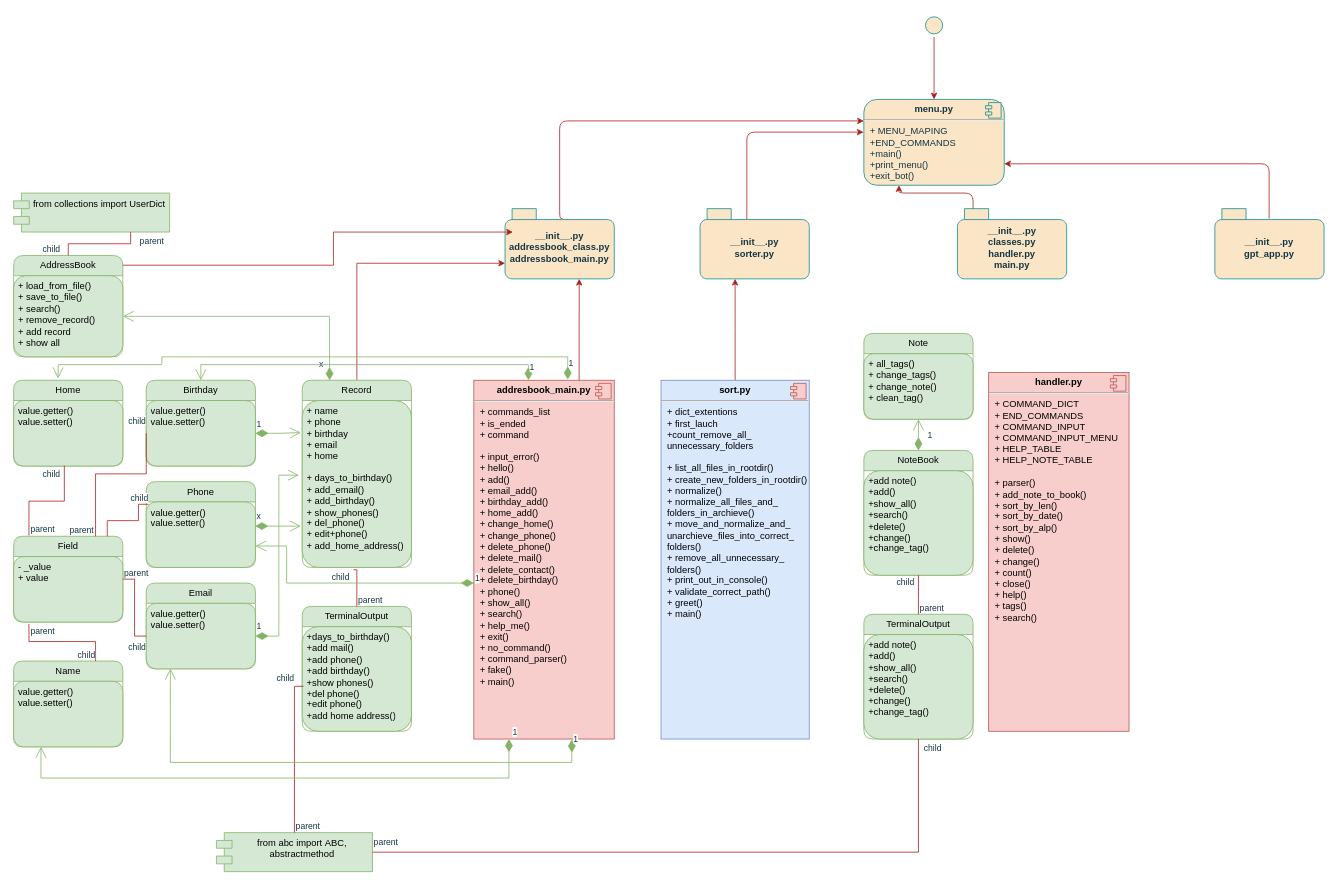
FoDwVn11110100001001000000/Team_project_1 keeps this draw.io diagram as Диаграмма без названия.drawio. Above is the earlier version. Source tidied: cells renumbered, new cells numbered last; positions are measured from the earlier drawing's top-left corner, leaving out a move shared by most shapes. Both pictures are drawn from the tidied source at 78%, with x=0, y=0 at pixel (13, 13).
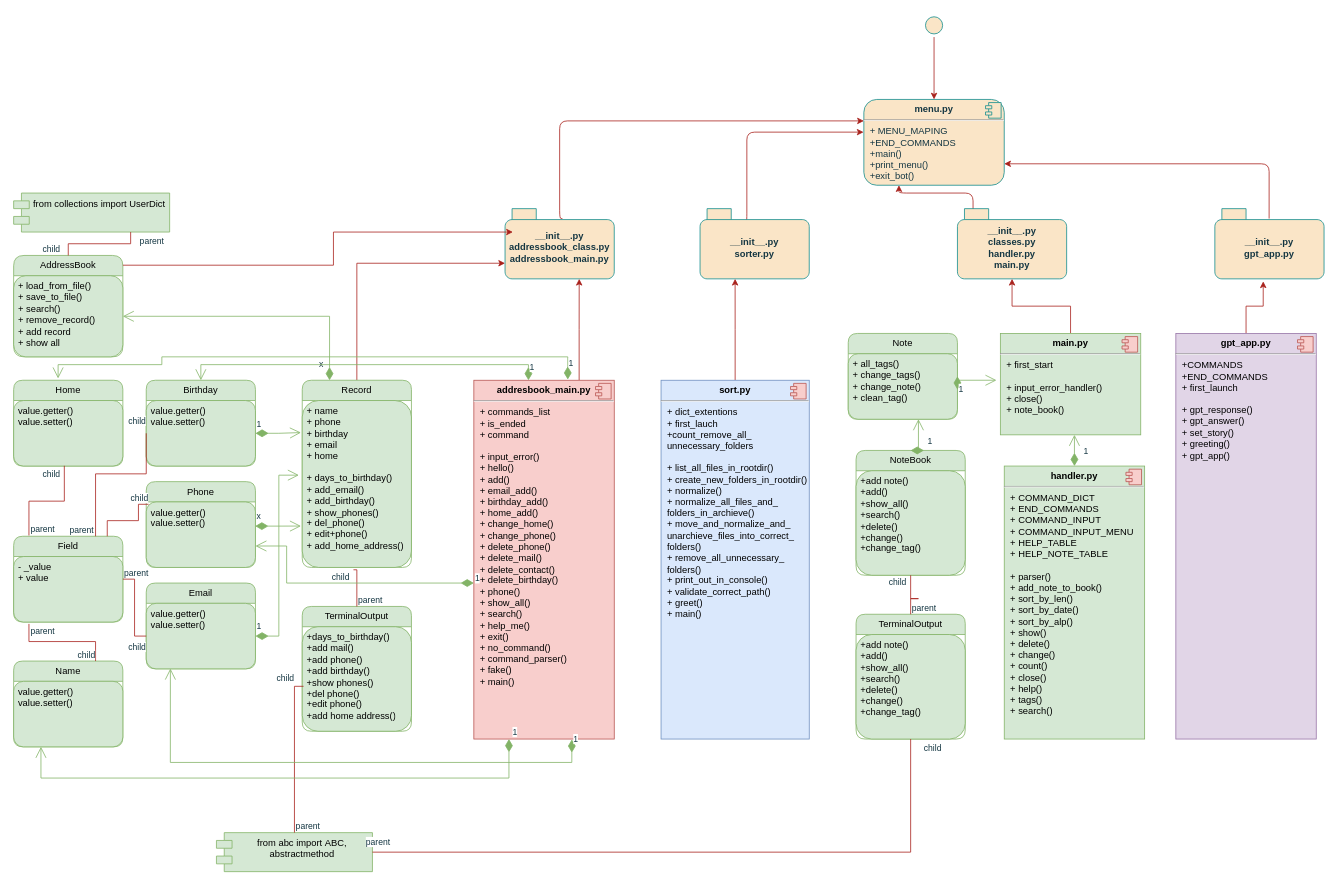
After the change.

The change refers to these unchanged cells:
```xml
<mxCell id="7" value="__init__.py&lt;br&gt;gpt_app.py" style="shape=folder;fontStyle=1;spacingTop=10;tabWidth=40;tabHeight=14;tabPosition=left;html=1;whiteSpace=wrap;fillColor=#FAE5C7;strokeColor=#0F8B8D;rounded=1;labelBackgroundColor=none;fontColor=#143642;" parent="1" vertex="1">
  <mxGeometry x="1540" y="250" width="140" height="90" as="geometry" />
</mxCell>
<mxCell id="11" value="__init__.py&lt;br&gt;classes.py&lt;br&gt;handler.py&lt;br&gt;main.py" style="shape=folder;fontStyle=1;spacingTop=10;tabWidth=40;tabHeight=14;tabPosition=left;html=1;whiteSpace=wrap;fillColor=#FAE5C7;strokeColor=#0F8B8D;rounded=1;labelBackgroundColor=none;fontColor=#143642;" parent="1" vertex="1">
  <mxGeometry x="1210" y="250" width="140" height="90" as="geometry" />
</mxCell>
<mxCell id="75" value="+ all_tags()&lt;br&gt;+ change_tags()&lt;br&gt;+ change_note()&lt;br&gt;+ clean_tag()" style="text;strokeColor=#82b366;fillColor=#d5e8d4;align=left;verticalAlign=top;spacingLeft=4;spacingRight=4;overflow=hidden;points=[[0,0.5],[1,0.5]];portConstraint=eastwest;whiteSpace=wrap;html=1;rounded=1;labelBackgroundColor=none;" parent="74" vertex="1">
  <mxGeometry y="26" width="140" height="84" as="geometry" />
</mxCell>
```

What changed in the source:
```diff
@@
     <mxCell id="74" value="Note" style="swimlane;fontStyle=0;horizontal=1;startSize=26;fillColor=#d5e8d4;whiteSpace=wrap;html=1;rounded=1;labelBackgroundColor=none;strokeColor=#82b366;" parent="1" vertex="1">
-      <mxGeometry x="1090" y="410" width="140" height="110" as="geometry" />
+      <mxGeometry x="1070" y="410" width="140" height="110" as="geometry" />
     </mxCell>
@@
     <mxCell id="76" value="TerminalOutput" style="swimlane;fontStyle=0;horizontal=1;startSize=26;fillColor=#d5e8d4;whiteSpace=wrap;html=1;rounded=1;labelBackgroundColor=none;strokeColor=#82b366;" parent="1" vertex="1">
-      <mxGeometry x="1090" y="770" width="140" height="160" as="geometry" />
+      <mxGeometry x="1080" y="770" width="140" height="160" as="geometry" />
     </mxCell>
@@
     <mxCell id="78" value="NoteBook" style="swimlane;fontStyle=0;horizontal=1;startSize=26;fillColor=#d5e8d4;whiteSpace=wrap;html=1;rounded=1;labelBackgroundColor=none;strokeColor=#82b366;" parent="1" vertex="1">
-      <mxGeometry x="1090" y="560" width="140" height="160" as="geometry" />
+      <mxGeometry x="1080" y="560" width="140" height="160" as="geometry" />
     </mxCell>
@@
-    <mxCell id="86" value="1" style="endArrow=open;html=1;endSize=12;startArrow=diamondThin;startSize=14;startFill=1;edgeStyle=orthogonalEdgeStyle;align=left;verticalAlign=bottom;rounded=0;strokeColor=#82b366;fontColor=#143642;fillColor=#d5e8d4;entryX=0.5;entryY=1;entryDx=0;entryDy=0;exitX=0.5;exitY=0;exitDx=0;exitDy=0;entryPerimeter=0;" parent="1" edge="1" source="78" target="75">
+    <mxCell id="86" value="1" style="endArrow=open;html=1;endSize=12;startArrow=diamondThin;startSize=14;startFill=1;edgeStyle=orthogonalEdgeStyle;align=left;verticalAlign=bottom;rounded=0;strokeColor=#82b366;fontColor=#143642;fillColor=#d5e8d4;exitX=0.5;exitY=0;exitDx=0;exitDy=0;" parent="1" edge="1" source="78">
       <mxGeometry x="-0.5" y="-10" relative="1" as="geometry">
+        <mxPoint x="1160" y="520" as="targetPoint" />
         <Array as="points">
           <mxPoint x="1160" y="530" />
           <mxPoint x="1160" y="530" />
         </Array>
       </mxGeometry>
     </mxCell>
-    <mxCell id="87" value="&lt;p style=&quot;margin:0px;margin-top:6px;text-align:center;&quot;&gt;&lt;b&gt;handler.py&lt;/b&gt;&lt;/p&gt;&lt;hr&gt;&lt;p style=&quot;margin:0px;margin-left:8px;&quot;&gt;+ COMMAND_DICT&lt;/p&gt;&lt;p style=&quot;margin:0px;margin-left:8px;&quot;&gt;+ END_COMMANDS&lt;/p&gt;&lt;p style=&quot;margin:0px;margin-left:8px;&quot;&gt;+&amp;nbsp;COMMAND_INPUT&lt;/p&gt;&lt;p style=&quot;margin:0px;margin-left:8px;&quot;&gt;+&amp;nbsp;COMMAND_INPUT_MENU&lt;/p&gt;&lt;p style=&quot;margin:0px;margin-left:8px;&quot;&gt;+&amp;nbsp;HELP_TABLE&lt;/p&gt;&lt;p style=&quot;margin:0px;margin-left:8px;&quot;&gt;+&amp;nbsp;HELP_NOTE_TABLE&lt;/p&gt;&lt;p style=&quot;margin:0px;margin-left:8px;&quot;&gt;&lt;br&gt;&lt;/p&gt;&lt;p style=&quot;margin:0px;margin-left:8px;&quot;&gt;+ parser()&lt;/p&gt;&lt;p style=&quot;margin:0px;margin-left:8px;&quot;&gt;+&amp;nbsp;add_note_to_book()&lt;/p&gt;&lt;p style=&quot;margin:0px;margin-left:8px;&quot;&gt;+&amp;nbsp;sort_by_len()&lt;/p&gt;&lt;p style=&quot;margin:0px;margin-left:8px;&quot;&gt;+ sort_by_date()&lt;/p&gt;&lt;p style=&quot;margin:0px;margin-left:8px;&quot;&gt;+&amp;nbsp;sort_by_alp()&lt;/p&gt;&lt;p style=&quot;margin:0px;margin-left:8px;&quot;&gt;+ show()&lt;/p&gt;&lt;p style=&quot;margin:0px;margin-left:8px;&quot;&gt;+ delete()&lt;/p&gt;&lt;p style=&quot;margin:0px;margin-left:8px;&quot;&gt;+ change()&lt;/p&gt;&lt;p style=&quot;margin:0px;margin-left:8px;&quot;&gt;+ count()&lt;/p&gt;&lt;p style=&quot;margin:0px;margin-left:8px;&quot;&gt;+ close()&lt;/p&gt;&lt;p style=&quot;margin:0px;margin-left:8px;&quot;&gt;+ help()&lt;/p&gt;&lt;p style=&quot;margin:0px;margin-left:8px;&quot;&gt;+ tags()&lt;/p&gt;&lt;p style=&quot;margin:0px;margin-left:8px;&quot;&gt;+ search()&lt;/p&gt;&lt;p style=&quot;margin:0px;margin-left:8px;&quot;&gt;&lt;br&gt;&lt;/p&gt;&lt;p style=&quot;margin:0px;margin-left:8px;&quot;&gt;&lt;br&gt;&lt;/p&gt;" style="align=left;overflow=fill;html=1;whiteSpace=wrap;strokeColor=#b85450;fillColor=#f8cecc;" parent="1" vertex="1">
-      <mxGeometry x="1250" y="460" width="180" height="460" as="geometry" />
+    <mxCell id="87" value="&lt;p style=&quot;margin:0px;margin-top:6px;text-align:center;&quot;&gt;&lt;b&gt;handler.py&lt;/b&gt;&lt;/p&gt;&lt;hr&gt;&lt;p style=&quot;margin:0px;margin-left:8px;&quot;&gt;+ COMMAND_DICT&lt;/p&gt;&lt;p style=&quot;margin:0px;margin-left:8px;&quot;&gt;+ END_COMMANDS&lt;/p&gt;&lt;p style=&quot;margin:0px;margin-left:8px;&quot;&gt;+&amp;nbsp;COMMAND_INPUT&lt;/p&gt;&lt;p style=&quot;margin:0px;margin-left:8px;&quot;&gt;+&amp;nbsp;COMMAND_INPUT_MENU&lt;/p&gt;&lt;p style=&quot;margin:0px;margin-left:8px;&quot;&gt;+&amp;nbsp;HELP_TABLE&lt;/p&gt;&lt;p style=&quot;margin:0px;margin-left:8px;&quot;&gt;+&amp;nbsp;HELP_NOTE_TABLE&lt;/p&gt;&lt;p style=&quot;margin:0px;margin-left:8px;&quot;&gt;&lt;br&gt;&lt;/p&gt;&lt;p style=&quot;margin:0px;margin-left:8px;&quot;&gt;+ parser()&lt;/p&gt;&lt;p style=&quot;margin:0px;margin-left:8px;&quot;&gt;+&amp;nbsp;add_note_to_book()&lt;/p&gt;&lt;p style=&quot;margin:0px;margin-left:8px;&quot;&gt;+&amp;nbsp;sort_by_len()&lt;/p&gt;&lt;p style=&quot;margin:0px;margin-left:8px;&quot;&gt;+ sort_by_date()&lt;/p&gt;&lt;p style=&quot;margin:0px;margin-left:8px;&quot;&gt;+&amp;nbsp;sort_by_alp()&lt;/p&gt;&lt;p style=&quot;margin:0px;margin-left:8px;&quot;&gt;+ show()&lt;/p&gt;&lt;p style=&quot;margin:0px;margin-left:8px;&quot;&gt;+ delete()&lt;/p&gt;&lt;p style=&quot;margin:0px;margin-left:8px;&quot;&gt;+ change()&lt;/p&gt;&lt;p style=&quot;margin:0px;margin-left:8px;&quot;&gt;+ count()&lt;/p&gt;&lt;p style=&quot;margin:0px;margin-left:8px;&quot;&gt;+ close()&lt;/p&gt;&lt;p style=&quot;margin:0px;margin-left:8px;&quot;&gt;+ help()&lt;/p&gt;&lt;p style=&quot;margin:0px;margin-left:8px;&quot;&gt;+ tags()&lt;/p&gt;&lt;p style=&quot;margin:0px;margin-left:8px;&quot;&gt;+ search()&lt;/p&gt;&lt;p style=&quot;margin:0px;margin-left:8px;&quot;&gt;&lt;br&gt;&lt;/p&gt;&lt;p style=&quot;margin:0px;margin-left:8px;&quot;&gt;&lt;br&gt;&lt;/p&gt;" style="align=left;overflow=fill;html=1;whiteSpace=wrap;strokeColor=#82b366;fillColor=#d5e8d4;" parent="1" vertex="1">
+      <mxGeometry x="1270" y="580" width="180" height="350" as="geometry" />
     </mxCell>
@@
+    <mxCell id="89" style="edgeStyle=orthogonalEdgeStyle;rounded=0;jettySize=auto;html=1;exitX=0.5;exitY=0;exitDx=0;exitDy=0;entryX=0.5;entryY=1;entryDx=0;entryDy=0;entryPerimeter=0;strokeColor=#A8201A;fontColor=#143642;fillColor=#FAE5C7;" parent="1" edge="1" source="90" target="11">
+      <mxGeometry relative="1" as="geometry" />
+    </mxCell>
+    <mxCell id="90" value="&lt;p style=&quot;margin:0px;margin-top:6px;text-align:center;&quot;&gt;&lt;b&gt;main&lt;/b&gt;&lt;b style=&quot;background-color: initial;&quot;&gt;.py&lt;/b&gt;&lt;/p&gt;&lt;hr&gt;&lt;p style=&quot;margin:0px;margin-left:8px;&quot;&gt;+ first_start&lt;/p&gt;&lt;p style=&quot;margin:0px;margin-left:8px;&quot;&gt;&lt;br&gt;&lt;/p&gt;&lt;p style=&quot;margin:0px;margin-left:8px;&quot;&gt;+&amp;nbsp;input_error_handler()&lt;/p&gt;&lt;p style=&quot;margin:0px;margin-left:8px;&quot;&gt;+ close()&lt;/p&gt;&lt;p style=&quot;margin:0px;margin-left:8px;&quot;&gt;+&amp;nbsp;note_book()&lt;/p&gt;&lt;p style=&quot;margin:0px;margin-left:8px;&quot;&gt;&lt;br&gt;&lt;/p&gt;&lt;p style=&quot;margin:0px;margin-left:8px;&quot;&gt;&lt;br&gt;&lt;/p&gt;&lt;p style=&quot;margin:0px;margin-left:8px;&quot;&gt;&lt;br&gt;&lt;/p&gt;" style="align=left;overflow=fill;html=1;whiteSpace=wrap;strokeColor=#82b366;fillColor=#d5e8d4;" parent="1" vertex="1">
+      <mxGeometry x="1265" y="410" width="180" height="130" as="geometry" />
+    </mxCell>
+    <mxCell id="91" style="shape=component;jettyWidth=8;jettyHeight=4;strokeColor=#b85450;fillColor=#f8cecc;" parent="90" vertex="1">
+      <mxGeometry x="1" width="20" height="20" relative="1" as="geometry">
+        <mxPoint x="-24" y="4" as="offset" />
+      </mxGeometry>
+    </mxCell>
+    <mxCell id="92" style="edgeStyle=orthogonalEdgeStyle;rounded=0;orthogonalLoop=1;jettySize=auto;html=1;exitX=0.5;exitY=1;exitDx=0;exitDy=0;strokeColor=#A8201A;fontColor=#143642;fillColor=#FAE5C7;" parent="1" edge="1" source="90" target="90">
+      <mxGeometry relative="1" as="geometry" />
+    </mxCell>
+    <mxCell id="93" value="1" style="endArrow=open;html=1;endSize=12;startArrow=diamondThin;startSize=14;startFill=1;edgeStyle=orthogonalEdgeStyle;align=left;verticalAlign=bottom;rounded=0;strokeColor=#82b366;fontColor=#143642;fillColor=#d5e8d4;exitX=1;exitY=0.5;exitDx=0;exitDy=0;" parent="1" edge="1" source="74">
+      <mxGeometry x="-0.82" y="-20" relative="1" as="geometry">
+        <mxPoint x="1260" y="470" as="targetPoint" />
+        <Array as="points">
+          <mxPoint x="1210" y="470" />
+        </Array>
+      </mxGeometry>
+    </mxCell>
+    <mxCell id="94" value="1" style="endArrow=open;html=1;endSize=12;startArrow=diamondThin;startSize=14;startFill=1;edgeStyle=orthogonalEdgeStyle;align=left;verticalAlign=bottom;rounded=0;strokeColor=#82b366;fontColor=#143642;fillColor=#d5e8d4;exitX=0.5;exitY=0;exitDx=0;exitDy=0;" parent="1" edge="1" source="87">
+      <mxGeometry x="-0.5" y="-10" relative="1" as="geometry">
+        <mxPoint x="1360" y="540" as="targetPoint" />
+        <Array as="points">
+          <mxPoint x="1360" y="540" />
+        </Array>
+      </mxGeometry>
+    </mxCell>
+    <mxCell id="95" style="edgeStyle=orthogonalEdgeStyle;rounded=0;jettySize=auto;html=1;exitX=0.5;exitY=0;exitDx=0;exitDy=0;entryX=0.443;entryY=1.036;entryDx=0;entryDy=0;entryPerimeter=0;strokeColor=#A8201A;fontColor=#143642;fillColor=#FAE5C7;" parent="1" edge="1" source="96" target="7">
+      <mxGeometry relative="1" as="geometry" />
+    </mxCell>
+    <mxCell id="96" value="&lt;p style=&quot;margin:0px;margin-top:6px;text-align:center;&quot;&gt;&lt;b&gt;gpt_app.py&lt;/b&gt;&lt;/p&gt;&lt;hr&gt;&lt;p style=&quot;margin:0px;margin-left:8px;&quot;&gt;+COMMANDS&lt;/p&gt;&lt;p style=&quot;margin:0px;margin-left:8px;&quot;&gt;+END_COMMANDS&lt;/p&gt;&lt;p style=&quot;margin:0px;margin-left:8px;&quot;&gt;+&amp;nbsp;first_launch&lt;/p&gt;&lt;p style=&quot;margin:0px;margin-left:8px;&quot;&gt;&lt;br&gt;&lt;/p&gt;&lt;p style=&quot;margin:0px;margin-left:8px;&quot;&gt;+ gpt_response()&lt;/p&gt;&lt;p style=&quot;margin:0px;margin-left:8px;&quot;&gt;+ gpt_answer()&lt;/p&gt;&lt;p style=&quot;margin:0px;margin-left:8px;&quot;&gt;+ set_story()&lt;/p&gt;&lt;p style=&quot;margin:0px;margin-left:8px;&quot;&gt;+&amp;nbsp;greeting()&lt;/p&gt;&lt;p style=&quot;margin:0px;margin-left:8px;&quot;&gt;+&amp;nbsp;gpt_app()&lt;/p&gt;&lt;p style=&quot;margin:0px;margin-left:8px;&quot;&gt;&lt;br&gt;&lt;/p&gt;&lt;p style=&quot;margin:0px;margin-left:8px;&quot;&gt;&lt;br&gt;&lt;/p&gt;&lt;p style=&quot;margin:0px;margin-left:8px;&quot;&gt;&lt;br&gt;&lt;/p&gt;&lt;p style=&quot;margin:0px;margin-left:8px;&quot;&gt;&lt;br&gt;&lt;/p&gt;" style="align=left;overflow=fill;html=1;whiteSpace=wrap;strokeColor=#9673a6;fillColor=#e1d5e7;" parent="1" vertex="1">
+      <mxGeometry x="1490" y="410" width="180" height="520" as="geometry" />
+    </mxCell>
+    <mxCell id="97" style="shape=component;jettyWidth=8;jettyHeight=4;strokeColor=#b85450;fillColor=#f8cecc;" parent="96" vertex="1">
+      <mxGeometry x="1" width="20" height="20" relative="1" as="geometry">
+        <mxPoint x="-24" y="4" as="offset" />
+      </mxGeometry>
+    </mxCell>
```
